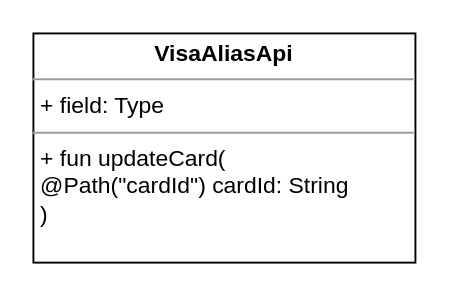
The draw.io diagram UNI-15530.drawio in ShiryaevNikolay/diagrams, before the edit. Source tidied: cells renumbered, new cells numbered last; positions are measured from the earlier drawing's top-left corner, leaving out a move shared by most shapes. Both pictures are drawn from the tidied source at 191%, with x=0, y=0 at pixel (32, 32).
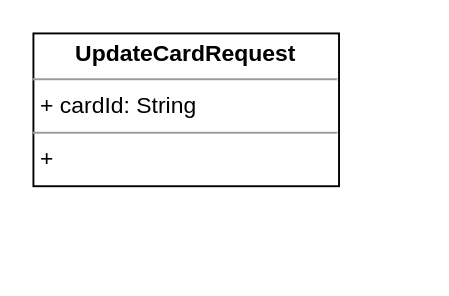
The same page after the edit.

Diff of the diagram source:
```diff
@@
 <mxGraphModel>
   <root>
     <mxCell id="0" />
     <mxCell id="1" parent="0" />
-    <mxCell id="2" value="&lt;p style=&quot;margin: 0px ; margin-top: 4px ; text-align: center&quot;&gt;&lt;b&gt;VisaAliasApi&lt;/b&gt;&lt;/p&gt;&lt;hr size=&quot;1&quot;&gt;&lt;p style=&quot;margin: 0px ; margin-left: 4px&quot;&gt;+ field: Type&lt;/p&gt;&lt;hr size=&quot;1&quot;&gt;&lt;p style=&quot;margin: 0px ; margin-left: 4px&quot;&gt;+ fun updateCard(&lt;/p&gt;&lt;p style=&quot;margin: 0px ; margin-left: 4px&quot;&gt;@Path(&quot;cardId&quot;) cardId: String&lt;br&gt;&lt;/p&gt;&lt;p style=&quot;margin: 0px ; margin-left: 4px&quot;&gt;)&lt;br&gt;&lt;/p&gt;" style="verticalAlign=top;align=left;overflow=fill;fontSize=12;fontFamily=Helvetica;html=1;" parent="1" vertex="1">
-      <mxGeometry width="200" height="120" as="geometry" />
+    <mxCell id="2" value="&lt;p style=&quot;margin: 0px ; margin-top: 4px ; text-align: center&quot;&gt;&lt;b&gt;UpdateCardRequest&lt;/b&gt;&lt;/p&gt;&lt;hr size=&quot;1&quot;&gt;&lt;p style=&quot;margin: 0px ; margin-left: 4px&quot;&gt;+ cardId: String&lt;/p&gt;&lt;hr size=&quot;1&quot;&gt;&lt;p style=&quot;margin: 0px ; margin-left: 4px&quot;&gt;+ &lt;br&gt;&lt;/p&gt;" style="verticalAlign=top;align=left;overflow=fill;fontSize=12;fontFamily=Helvetica;html=1;" parent="1" vertex="1">
+      <mxGeometry width="160" height="80" as="geometry" />
     </mxCell>
   </root>
 </mxGraphModel>
```
